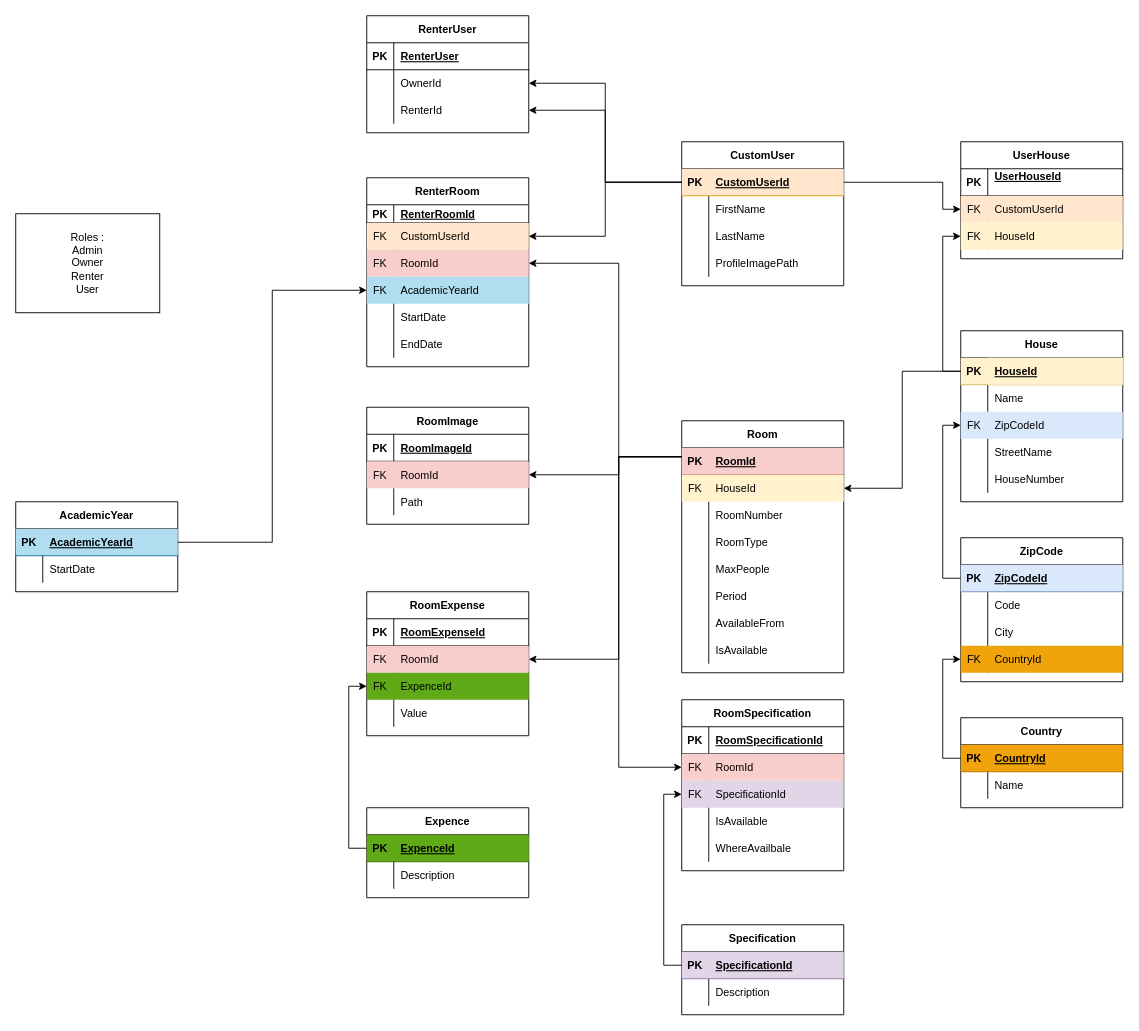
Above: skyko.drawio in Bakkar1/skykot (draw.io), before the change. Source tidied: cells renumbered, new cells numbered last; positions are measured from the earlier drawing's top-left corner, leaving out a move shared by most shapes. Both pictures are drawn from the tidied source at 90%, with x=0, y=0 at pixel (15, 15).
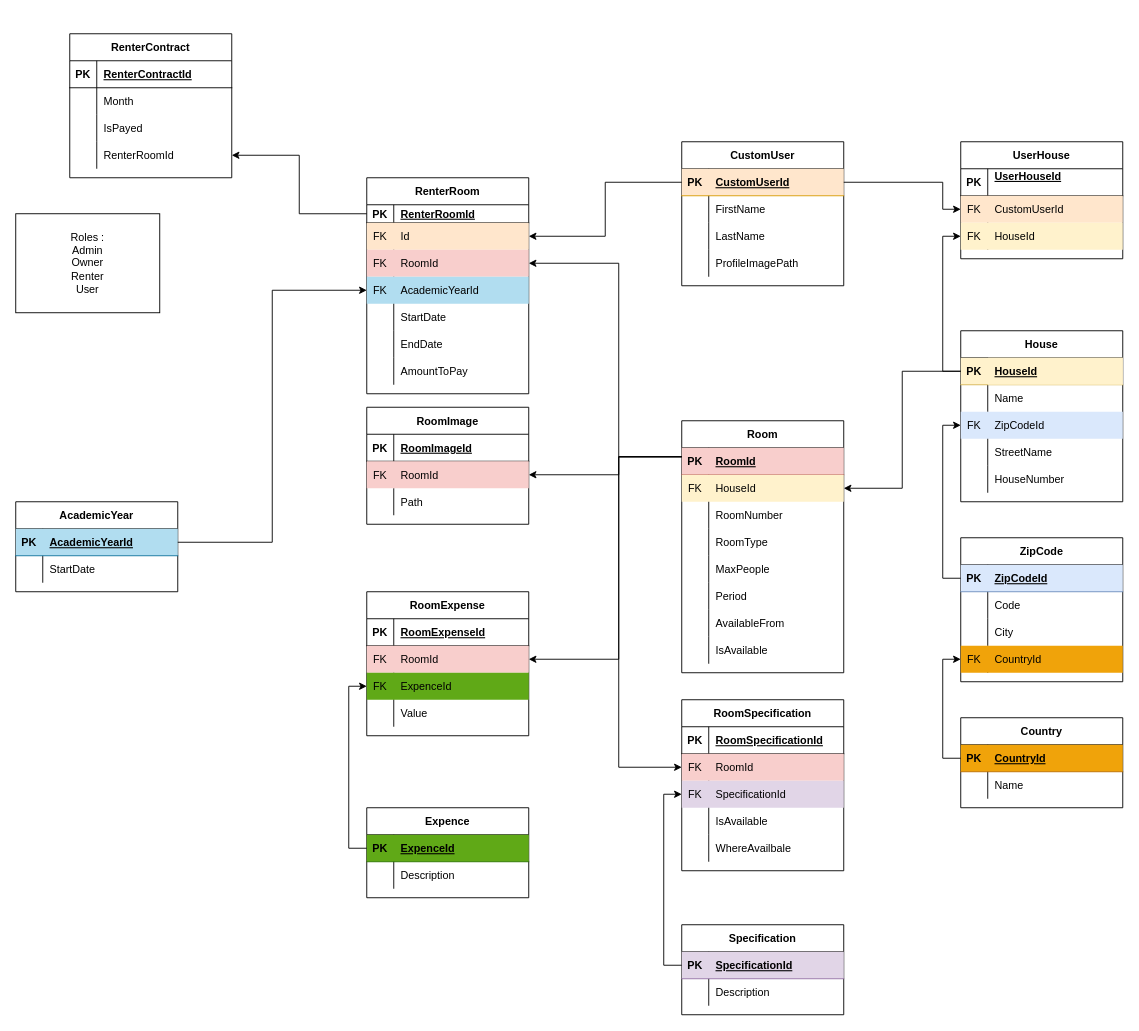
Above is the later version.

Unchanged cells that the change refers to:
```xml
<mxCell id="3" style="shape=tableRow;horizontal=0;startSize=0;swimlaneHead=0;swimlaneBody=0;fillColor=#ffe6cc;points=[[0,0.5],[1,0.5]];portConstraint=eastwest;top=0;left=0;right=0;bottom=1;strokeColor=#d79b00;" parent="2" vertex="1">
  <mxGeometry y="30" width="180" height="30" as="geometry" />
</mxCell>
<mxCell id="131" style="shape=tableRow;horizontal=0;startSize=0;swimlaneHead=0;swimlaneBody=0;fillColor=none;points=[[0,0.5],[1,0.5]];portConstraint=eastwest;top=0;left=0;right=0;bottom=1;" parent="130" vertex="1">
  <mxGeometry y="30" width="180" height="20" as="geometry" />
</mxCell>
<mxCell id="134" style="shape=tableRow;horizontal=0;startSize=0;swimlaneHead=0;swimlaneBody=0;fillColor=#ffe6cc;points=[[0,0.5],[1,0.5]];portConstraint=eastwest;top=0;left=0;right=0;bottom=0;strokeColor=#d79b00;" parent="130" vertex="1">
  <mxGeometry y="50" width="180" height="30" as="geometry" />
</mxCell>
```

Diff of the diagram source:
```diff
@@
     <mxCell id="130" value="RenterRoom" style="shape=table;startSize=30;childLayout=tableLayout;rowLines=0;fontStyle=1;align=center;" parent="1" vertex="1">
-      <mxGeometry x="390" y="180" width="180" height="210" as="geometry" />
+      <mxGeometry x="390" y="180" width="180" height="240" as="geometry" />
     </mxCell>
@@
-    <mxCell id="136" value="CustomUserId" style="shape=partialRectangle;fillColor=none;top=0;left=0;bottom=0;right=0;align=left;spacingLeft=6;overflow=hidden;" parent="134" vertex="1">
+    <mxCell id="136" value="Id" style="shape=partialRectangle;fillColor=none;top=0;left=0;bottom=0;right=0;align=left;spacingLeft=6;overflow=hidden;" parent="134" vertex="1">
       <mxGeometry x="30" width="150" height="30" as="geometry" />
     </mxCell>
@@
+    <mxCell id="191" style="shape=tableRow;horizontal=0;startSize=0;swimlaneHead=0;swimlaneBody=0;fillColor=none;top=0;left=0;right=0;bottom=0;" parent="130" vertex="1">
+      <mxGeometry y="200" width="180" height="30" as="geometry" />
+    </mxCell>
+    <mxCell id="192" style="shape=partialRectangle;fillColor=none;top=0;left=0;bottom=0;right=0;overflow=hidden;" parent="191" vertex="1">
+      <mxGeometry width="30" height="30" as="geometry" />
+    </mxCell>
+    <mxCell id="193" value="AmountToPay" style="shape=partialRectangle;fillColor=none;top=0;left=0;bottom=0;right=0;align=left;spacingLeft=6;overflow=hidden;" parent="191" vertex="1">
+      <mxGeometry x="30" width="150" height="30" as="geometry" />
+    </mxCell>
@@
-    <mxCell id="179" value="RenterUser" style="shape=table;startSize=30;childLayout=tableLayout;rowLines=0;fontStyle=1;align=center;" parent="1" vertex="1">
-      <mxGeometry x="390" width="180" height="130" as="geometry" />
-    </mxCell>
+    <mxCell id="194" value="RenterContract" style="shape=table;startSize=30;childLayout=tableLayout;rowLines=0;fontStyle=1;align=center;" parent="1" vertex="1">
+      <mxGeometry x="60" y="20" width="180" height="160" as="geometry" />
+    </mxCell>
-    <mxCell id="180" style="shape=tableRow;horizontal=0;startSize=0;swimlaneHead=0;swimlaneBody=0;fillColor=none;top=0;left=0;right=0;bottom=1;" parent="179" vertex="1">
+    <mxCell id="180" style="shape=tableRow;horizontal=0;startSize=0;swimlaneHead=0;swimlaneBody=0;fillColor=none;top=0;left=0;right=0;bottom=1;" parent="194" vertex="1">
       <mxGeometry y="30" width="180" height="30" as="geometry" />
     </mxCell>
@@
-    <mxCell id="182" value="RenterUser" style="shape=partialRectangle;fillColor=none;top=0;left=0;bottom=0;right=0;align=left;spacingLeft=6;fontStyle=5;overflow=hidden;" parent="180" vertex="1">
-      <mxGeometry x="30" width="150" height="30" as="geometry" />
-    </mxCell>
+    <mxCell id="195" value="RenterContractId" style="shape=partialRectangle;fillColor=none;top=0;left=0;bottom=0;right=0;align=left;spacingLeft=6;fontStyle=5;overflow=hidden;" parent="180" vertex="1">
+      <mxGeometry x="30" width="150" height="30" as="geometry" />
+    </mxCell>
-    <mxCell id="183" style="shape=tableRow;horizontal=0;startSize=0;swimlaneHead=0;swimlaneBody=0;fillColor=none;points=[[0,0.5],[1,0.5]];portConstraint=eastwest;top=0;left=0;right=0;bottom=0;" parent="179" vertex="1">
+    <mxCell id="183" style="shape=tableRow;horizontal=0;startSize=0;swimlaneHead=0;swimlaneBody=0;fillColor=none;points=[[0,0.5],[1,0.5]];portConstraint=eastwest;top=0;left=0;right=0;bottom=0;" parent="194" vertex="1">
       <mxGeometry y="60" width="180" height="30" as="geometry" />
     </mxCell>
-    <mxCell id="184" style="shape=partialRectangle;fillColor=none;top=0;left=0;bottom=0;right=0;overflow=hidden;" parent="183" vertex="1">
-      <mxGeometry width="30" height="30" as="geometry" />
-    </mxCell>
-    <mxCell id="185" value="OwnerId" style="shape=partialRectangle;fillColor=none;top=0;left=0;bottom=0;right=0;align=left;spacingLeft=6;overflow=hidden;" parent="183" vertex="1">
-      <mxGeometry x="30" width="150" height="30" as="geometry" />
-    </mxCell>
+    <mxCell id="196" style="shape=partialRectangle;fillColor=none;top=0;left=0;bottom=0;right=0;overflow=hidden;" parent="183" vertex="1">
+      <mxGeometry width="30" height="30" as="geometry" />
+    </mxCell>
+    <mxCell id="197" value="Month" style="shape=partialRectangle;fillColor=none;top=0;left=0;bottom=0;right=0;align=left;spacingLeft=6;overflow=hidden;" parent="183" vertex="1">
+      <mxGeometry x="30" width="150" height="30" as="geometry" />
+    </mxCell>
-    <mxCell id="186" style="shape=tableRow;horizontal=0;startSize=0;swimlaneHead=0;swimlaneBody=0;fillColor=none;points=[[0,0.5],[1,0.5]];portConstraint=eastwest;top=0;left=0;right=0;bottom=0;" parent="179" vertex="1">
+    <mxCell id="186" style="shape=tableRow;horizontal=0;startSize=0;swimlaneHead=0;swimlaneBody=0;fillColor=none;points=[[0,0.5],[1,0.5]];portConstraint=eastwest;top=0;left=0;right=0;bottom=0;" parent="194" vertex="1">
       <mxGeometry y="90" width="180" height="30" as="geometry" />
     </mxCell>
-    <mxCell id="187" style="shape=partialRectangle;fillColor=none;top=0;left=0;bottom=0;right=0;overflow=hidden;" parent="186" vertex="1">
-      <mxGeometry width="30" height="30" as="geometry" />
-    </mxCell>
-    <mxCell id="188" value="RenterId" style="shape=partialRectangle;fillColor=none;top=0;left=0;bottom=0;right=0;align=left;spacingLeft=6;overflow=hidden;" parent="186" vertex="1">
-      <mxGeometry x="30" width="150" height="30" as="geometry" />
-    </mxCell>
-    <mxCell id="189" style="edgeStyle=orthogonalEdgeStyle;rounded=0;jettySize=auto;html=1;" parent="1" edge="1" source="3" target="183">
-      <mxGeometry relative="1" as="geometry" />
-    </mxCell>
-    <mxCell id="190" style="edgeStyle=orthogonalEdgeStyle;rounded=0;jettySize=auto;html=1;entryX=1;entryY=0.5;entryDx=0;entryDy=0;" parent="1" edge="1" source="3" target="186">
-      <mxGeometry relative="1" as="geometry" />
-    </mxCell>
+    <mxCell id="198" style="shape=partialRectangle;fillColor=none;top=0;left=0;bottom=0;right=0;overflow=hidden;" parent="186" vertex="1">
+      <mxGeometry width="30" height="30" as="geometry" />
+    </mxCell>
+    <mxCell id="199" value="IsPayed" style="shape=partialRectangle;fillColor=none;top=0;left=0;bottom=0;right=0;align=left;spacingLeft=6;overflow=hidden;" parent="186" vertex="1">
+      <mxGeometry x="30" width="150" height="30" as="geometry" />
+    </mxCell>
+    <mxCell id="200" style="shape=tableRow;horizontal=0;startSize=0;swimlaneHead=0;swimlaneBody=0;fillColor=none;points=[[0,0.5],[1,0.5]];portConstraint=eastwest;top=0;left=0;right=0;bottom=0;" parent="194" vertex="1">
+      <mxGeometry y="120" width="180" height="30" as="geometry" />
+    </mxCell>
+    <mxCell id="201" style="shape=partialRectangle;fillColor=none;top=0;left=0;bottom=0;right=0;overflow=hidden;" parent="200" vertex="1">
+      <mxGeometry width="30" height="30" as="geometry" />
+    </mxCell>
+    <mxCell id="202" value="RenterRoomId" style="shape=partialRectangle;fillColor=none;top=0;left=0;bottom=0;right=0;align=left;spacingLeft=6;overflow=hidden;" parent="200" vertex="1">
+      <mxGeometry x="30" width="150" height="30" as="geometry" />
+    </mxCell>
+    <mxCell id="203" style="edgeStyle=orthogonalEdgeStyle;rounded=0;jettySize=auto;html=1;entryX=1;entryY=0.5;entryDx=0;entryDy=0;" parent="1" edge="1" source="131" target="200">
+      <mxGeometry relative="1" as="geometry" />
+    </mxCell>
```
